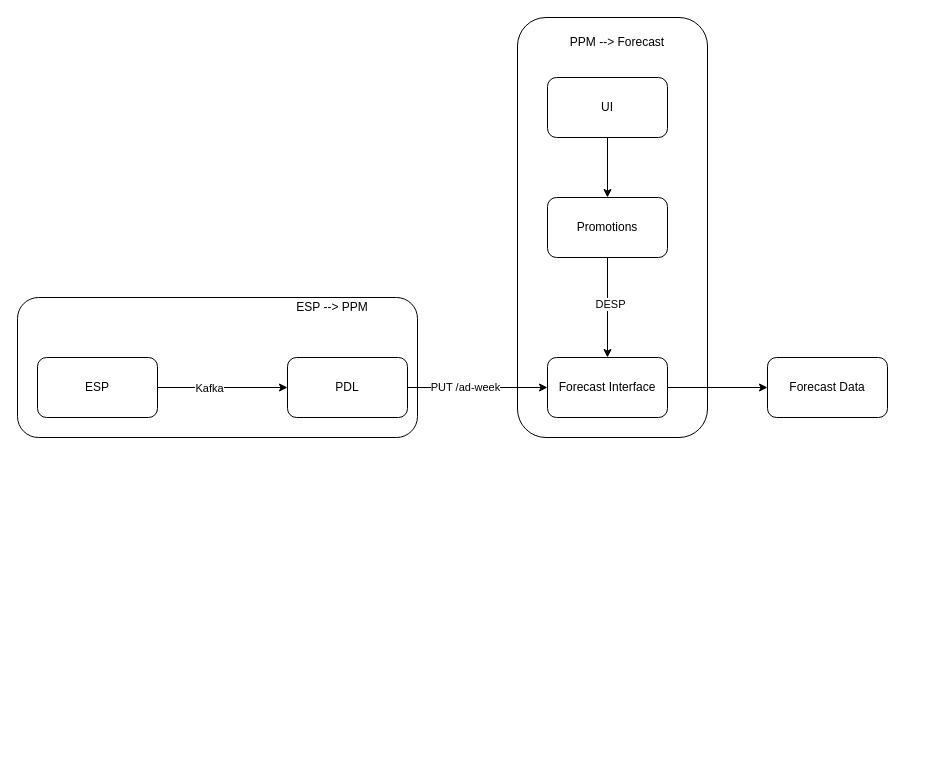
Above: page "Sync Back" (6 of 6) of kroger.drawio in aayush-tuladhar-kr/drawio (draw.io), before the change. Source tidied: cells renumbered, new cells numbered last; positions are measured from the earlier drawing's top-left corner, leaving out a move shared by most shapes. Both pictures are drawn from the tidied source at 100%, with x=0, y=0 at pixel (17, 17).
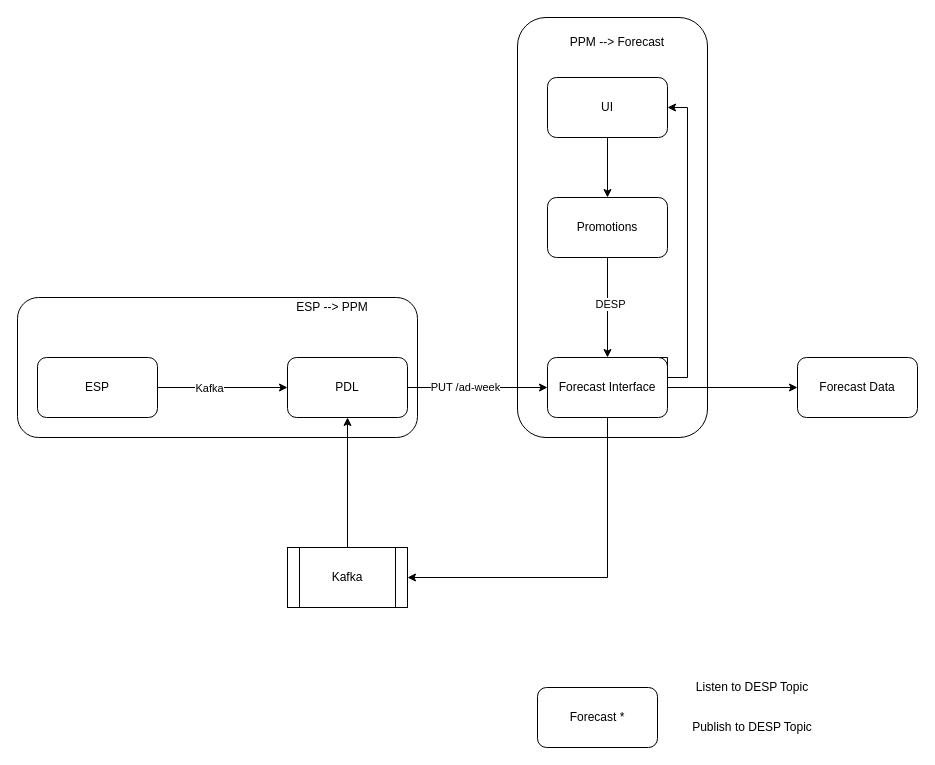
After the change.

The change refers to these unchanged cells:
```xml
<mxCell id="9" value="PDL" style="rounded=1;whiteSpace=wrap;html=1;" parent="1" vertex="1">
  <mxGeometry x="270" y="340" width="120" height="60" as="geometry" />
</mxCell>
<mxCell id="11" value="Forecast Interface" style="rounded=1;whiteSpace=wrap;html=1;" parent="1" vertex="1">
  <mxGeometry x="530" y="340" width="120" height="60" as="geometry" />
</mxCell>
<mxCell id="18" value="UI" style="rounded=1;whiteSpace=wrap;html=1;" parent="1" vertex="1">
  <mxGeometry x="530" y="60" width="120" height="60" as="geometry" />
</mxCell>
```

Diff of the diagram source:
```diff
@@
+    <mxCell id="20" style="edgeStyle=orthogonalEdgeStyle;rounded=0;jettySize=auto;html=1;exitX=0.75;exitY=0;exitDx=0;exitDy=0;" parent="1" edge="1" source="11" target="18">
+      <mxGeometry relative="1" as="geometry">
+        <Array as="points">
+          <mxPoint x="650" y="340" />
+          <mxPoint x="650" y="360" />
+          <mxPoint x="670" y="360" />
+          <mxPoint x="670" y="90" />
+        </Array>
+      </mxGeometry>
+    </mxCell>
+    <mxCell id="21" style="edgeStyle=orthogonalEdgeStyle;rounded=0;jettySize=auto;html=1;entryX=1;entryY=0.5;entryDx=0;entryDy=0;" parent="1" edge="1" source="11" target="26">
+      <mxGeometry relative="1" as="geometry">
+        <Array as="points">
+          <mxPoint x="590" y="560" />
+        </Array>
+      </mxGeometry>
+    </mxCell>
@@
     <mxCell id="15" value="Forecast Data" style="rounded=1;whiteSpace=wrap;html=1;" parent="1" vertex="1">
-      <mxGeometry x="750" y="340" width="120" height="60" as="geometry" />
+      <mxGeometry x="780" y="340" width="120" height="60" as="geometry" />
     </mxCell>
@@
+    <mxCell id="22" value="Forecast *" style="rounded=1;whiteSpace=wrap;html=1;" parent="1" vertex="1">
+      <mxGeometry x="520" y="670" width="120" height="60" as="geometry" />
+    </mxCell>
+    <mxCell id="23" value="Listen to DESP Topic" style="text;html=1;align=center;verticalAlign=middle;whiteSpace=wrap;rounded=0;" parent="1" vertex="1">
+      <mxGeometry x="670" y="660" width="130" height="20" as="geometry" />
+    </mxCell>
+    <mxCell id="24" value="Publish to DESP Topic" style="text;html=1;align=center;verticalAlign=middle;whiteSpace=wrap;rounded=0;" parent="1" vertex="1">
+      <mxGeometry x="670" y="700" width="130" height="20" as="geometry" />
+    </mxCell>
+    <mxCell id="25" style="edgeStyle=orthogonalEdgeStyle;rounded=0;jettySize=auto;html=1;entryX=0.5;entryY=1;entryDx=0;entryDy=0;" parent="1" edge="1" source="26" target="9">
+      <mxGeometry relative="1" as="geometry" />
+    </mxCell>
+    <mxCell id="26" value="Kafka" style="shape=process;whiteSpace=wrap;html=1;backgroundOutline=1;" parent="1" vertex="1">
+      <mxGeometry x="270" y="530" width="120" height="60" as="geometry" />
+    </mxCell>
```
